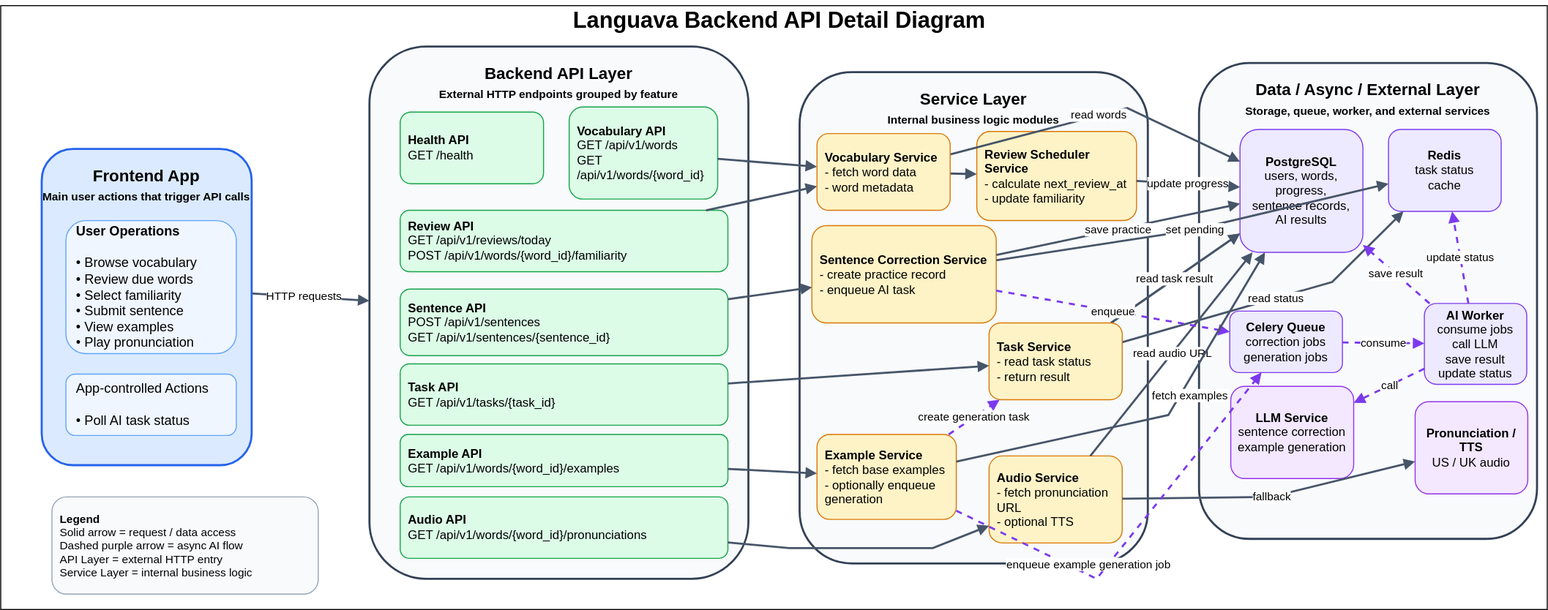
Before: docs/architecture/backend-api-detail.drawio.svg, a diagram exported from draw.io (ColtenOuO/Languava). Source tidied: cells renumbered, new cells last; positions are measured from the earlier drawing's top-left corner, leaving out a move shared by most shapes.
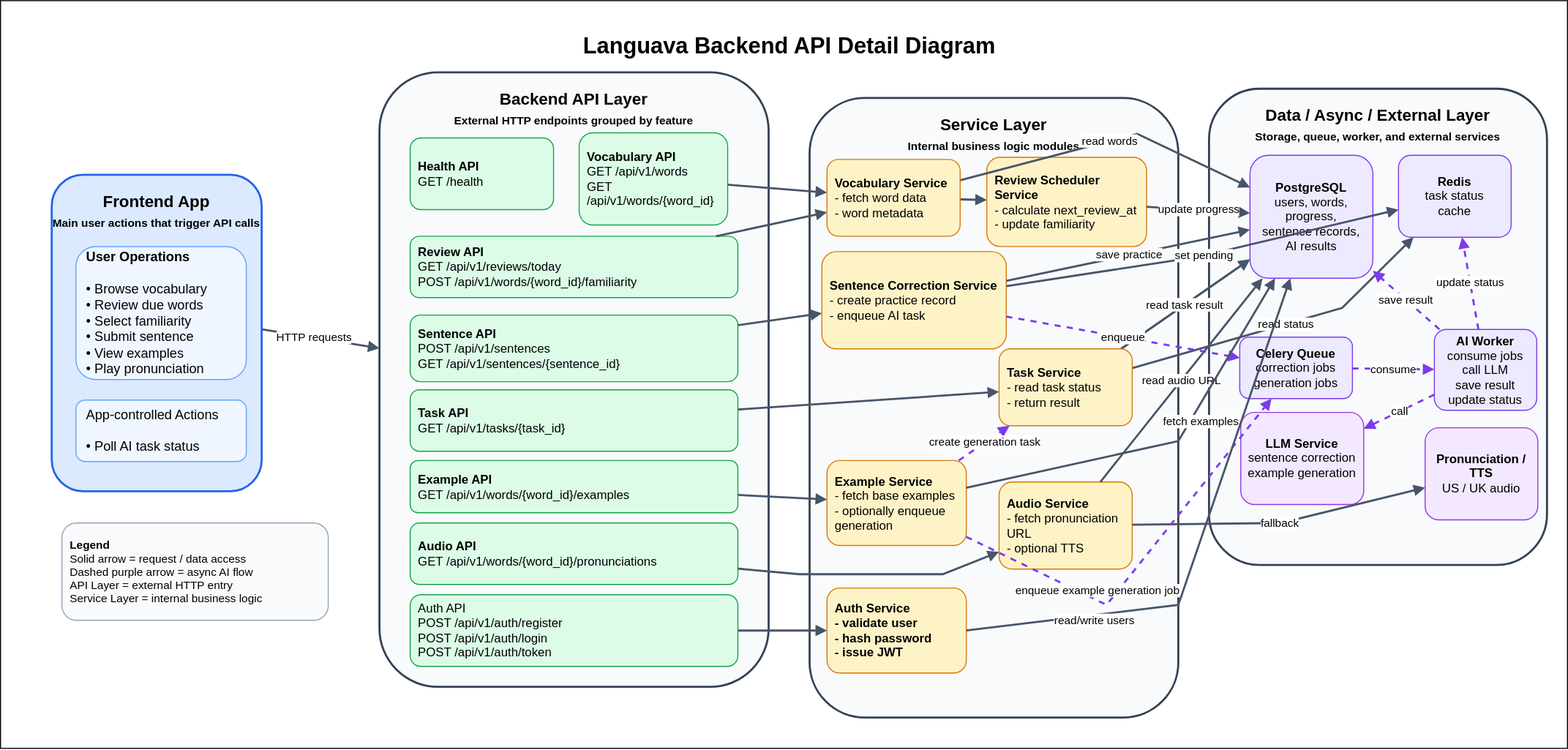
The same file after the commit.

Commit message:
docs: update backend API detail diagram with auth flow

Diff of the diagram source:
```diff
@@ -3,16 +3,16 @@
     <mxCell id="0" />
     <mxCell id="1" parent="0" />
     <mxCell id="2" style="rounded=0;whiteSpace=wrap;html=1;" parent="1" vertex="1">
-      <mxGeometry y="5" width="1510" height="590" as="geometry" />
+      <mxGeometry x="-10" y="-25" width="1530" height="730" as="geometry" />
     </mxCell>
     <mxCell id="3" value="&lt;b&gt;Languava Backend API Detail Diagram&lt;/b&gt;" style="text;html=1;strokeColor=none;fillColor=none;fontSize=22;fontStyle=1;align=center;" parent="1" vertex="1">
       <mxGeometry x="400" width="720" height="32" as="geometry" />
     </mxCell>
     <mxCell id="4" value="&lt;b&gt;Backend API Layer&lt;/b&gt;&lt;br&gt;&lt;font style=&quot;font-size: 11px&quot;&gt;External HTTP endpoints grouped by feature&lt;/font&gt;" style="rounded=1;whiteSpace=wrap;html=1;fillColor=#F8FAFC;strokeColor=#334155;strokeWidth=2;fontSize=16;fontStyle=1;verticalAlign=top;spacingTop=10;" parent="1" vertex="1">
-      <mxGeometry x="360" y="45" width="370" height="520" as="geometry" />
+      <mxGeometry x="360" y="45" width="380" height="600" as="geometry" />
     </mxCell>
     <mxCell id="5" value="&lt;b&gt;Service Layer&lt;/b&gt;&lt;br&gt;&lt;font style=&quot;font-size: 11px&quot;&gt;Internal business logic modules&lt;/font&gt;" style="rounded=1;whiteSpace=wrap;html=1;fillColor=#F8FAFC;strokeColor=#334155;strokeWidth=2;fontSize=16;fontStyle=1;verticalAlign=top;spacingTop=10;" parent="1" vertex="1">
-      <mxGeometry x="780" y="70" width="340" height="480" as="geometry" />
+      <mxGeometry x="780" y="70" width="360" height="605" as="geometry" />
     </mxCell>
     <mxCell id="6" value="&lt;b&gt;Data / Async / External Layer&lt;/b&gt;&lt;br&gt;&lt;font style=&quot;font-size: 11px&quot;&gt;Storage, queue, worker, and external services&lt;/font&gt;" style="rounded=1;whiteSpace=wrap;html=1;fillColor=#F8FAFC;strokeColor=#334155;strokeWidth=2;fontSize=16;fontStyle=1;verticalAlign=top;spacingTop=10;" parent="1" vertex="1">
       <mxGeometry x="1170" y="61" width="330" height="465" as="geometry" />
@@ -204,5 +204,24 @@
     <mxCell id="57" value="create generation task" style="endArrow=block;html=1;rounded=0;strokeWidth=2;strokeColor=#7C3AED;fontSize=11;dashed=1;" parent="1" edge="1" source="16" target="54">
       <mxGeometry relative="1" as="geometry" />
     </mxCell>
+    <mxCell id="58" value="Auth API&lt;br&gt;POST /api/v1/auth/register&lt;br&gt;POST /api/v1/auth/login&lt;br&gt;POST /api/v1/auth/token" style="rounded=1;whiteSpace=wrap;html=1;fillColor=#DCFCE7;strokeColor=#16A34A;fontSize=12;align=left;spacing=8;" parent="1" vertex="1">
+      <mxGeometry x="390" y="555" width="320" height="70" as="geometry" />
+    </mxCell>
+    <mxCell id="59" value="&lt;div&gt;&lt;b&gt;Auth Service&lt;/b&gt;&lt;/div&gt;&lt;div&gt;&lt;b&gt;- validate user&lt;/b&gt;&lt;/div&gt;&lt;div&gt;&lt;b&gt;- hash password&lt;/b&gt;&lt;/div&gt;&lt;div&gt;&lt;b&gt;- issue JWT&lt;/b&gt;&lt;/div&gt;" style="rounded=1;whiteSpace=wrap;html=1;fillColor=#FEF3C7;strokeColor=#D97706;fontSize=12;align=left;spacing=8;" parent="1" vertex="1">
+      <mxGeometry x="797" y="548.5" width="136" height="83" as="geometry" />
+    </mxCell>
+    <mxCell id="60" style="endArrow=block;html=1;rounded=0;strokeWidth=2;strokeColor=#475569;fontSize=11;exitX=1;exitY=0.5;exitDx=0;exitDy=0;entryX=0;entryY=0.5;entryDx=0;entryDy=0;" parent="1" edge="1" source="58" target="59">
+      <mxGeometry relative="1" as="geometry" />
+    </mxCell>
+    <mxCell id="61" style="endArrow=block;html=1;rounded=0;strokeWidth=2;strokeColor=#475569;fontSize=11;exitX=1;exitY=0.5;exitDx=0;exitDy=0;" parent="1" edge="1" source="59" target="18">
+      <mxGeometry relative="1" as="geometry">
+        <Array as="points">
+          <mxPoint x="1140" y="565" />
+        </Array>
+      </mxGeometry>
+    </mxCell>
+    <mxCell id="62" value="read/write users" style="edgeLabel;html=1;align=center;verticalAlign=middle;" parent="61" vertex="1">
+      <mxGeometry x="-0.54" y="-4" relative="1" as="geometry" />
+    </mxCell>
   </root>
 </mxGraphModel>
```
